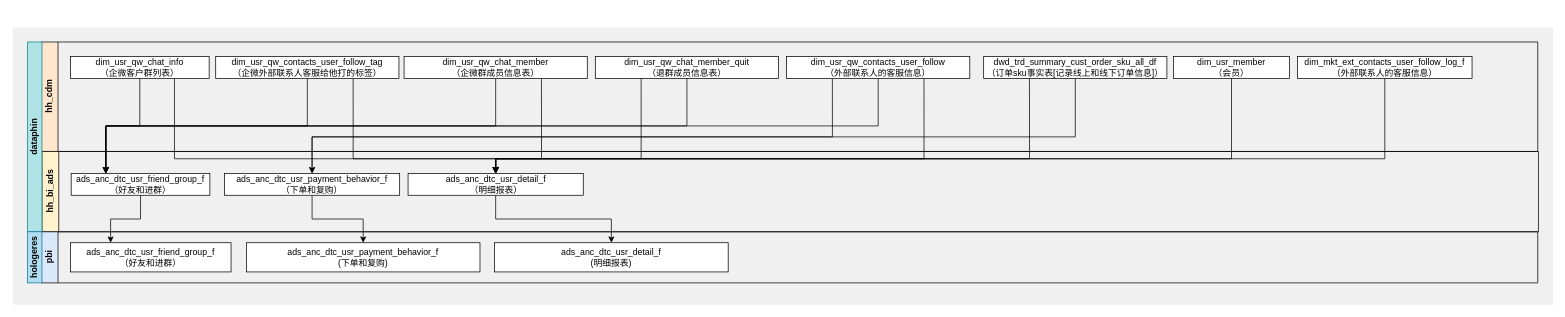
Earlier version of the draw.io diagram 企微BI报表.drawio (ztacode/drawio). Source tidied: cells renumbered, new cells numbered last; positions are measured from the earlier drawing's top-left corner, leaving out a move shared by most shapes. Both pictures are drawn from the tidied source at 73%, with x=0, y=0 at pixel (12, 27).
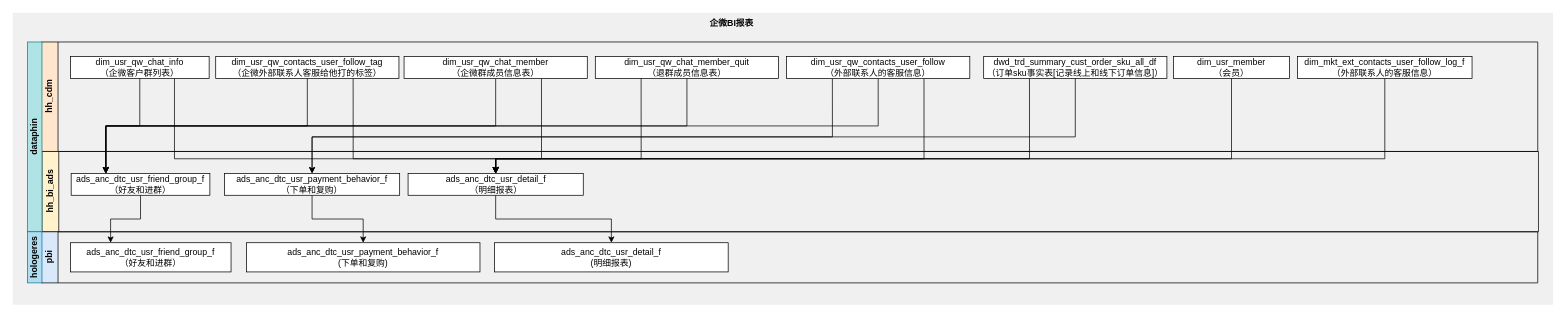
The same page after the edit.

Commit message:
更新企微BI报表.drawio

The edit, as a diff of the source:
```diff
@@
     <mxCell id="2" style="rounded=0;whiteSpace=wrap;html=1;fillColor=#F0F0F0;strokeColor=none;" parent="1" vertex="1">
-      <mxGeometry width="2110" height="380" as="geometry" />
+      <mxGeometry y="-20" width="2110" height="400" as="geometry" />
     </mxCell>
@@
+    <mxCell id="40" value="&lt;b&gt;企微BI报表&lt;/b&gt;" style="text;html=1;strokeColor=none;fillColor=none;align=center;verticalAlign=middle;whiteSpace=wrap;rounded=0;" parent="1" vertex="1">
+      <mxGeometry x="940" y="-20" width="90" height="30" as="geometry" />
+    </mxCell>
```
